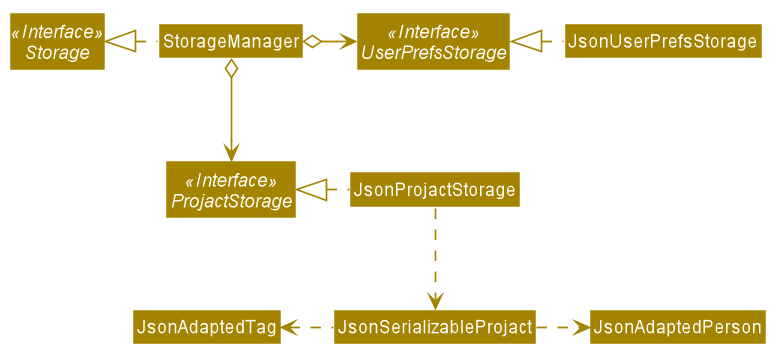
siqiang-ng/tp keeps this PlantUML diagram as docs/images/StorageClassDiagram.png. Above is the earlier version.
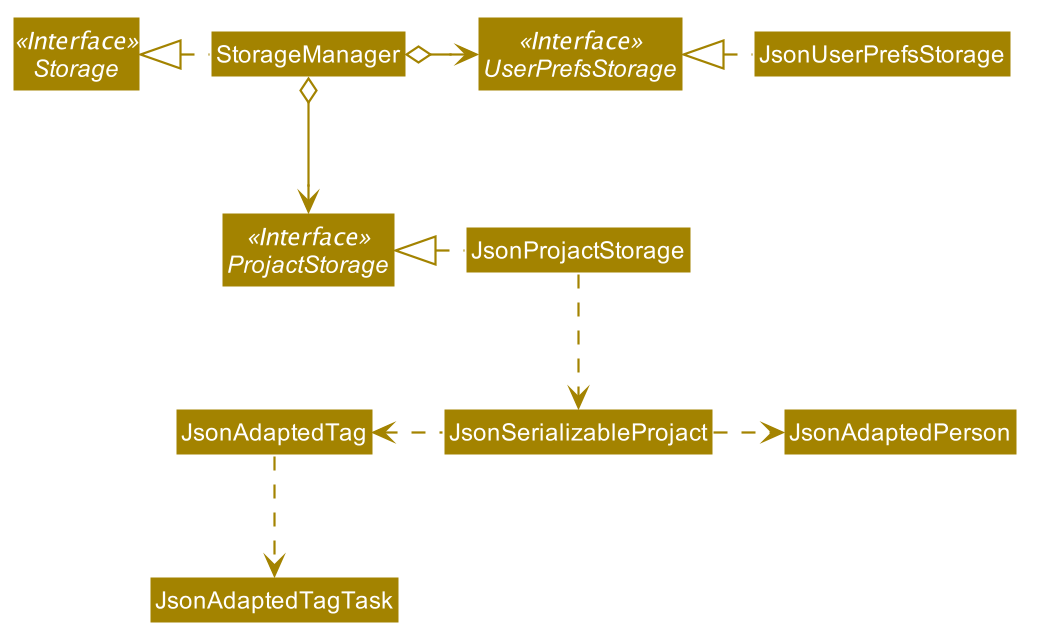
The same diagram one commit later.

The edit, as a diff of the source:
```diff
@@ -68,4 +68,5 @@
 JsonProjactStorage .down.> JsonSerializableProjact
 JsonSerializableProjact .right.> JsonAdaptedPerson
 JsonSerializableProjact .left.> JsonAdaptedTag
+JsonAdaptedTag .down.> JsonAdaptedTagTask
 @enduml
```
